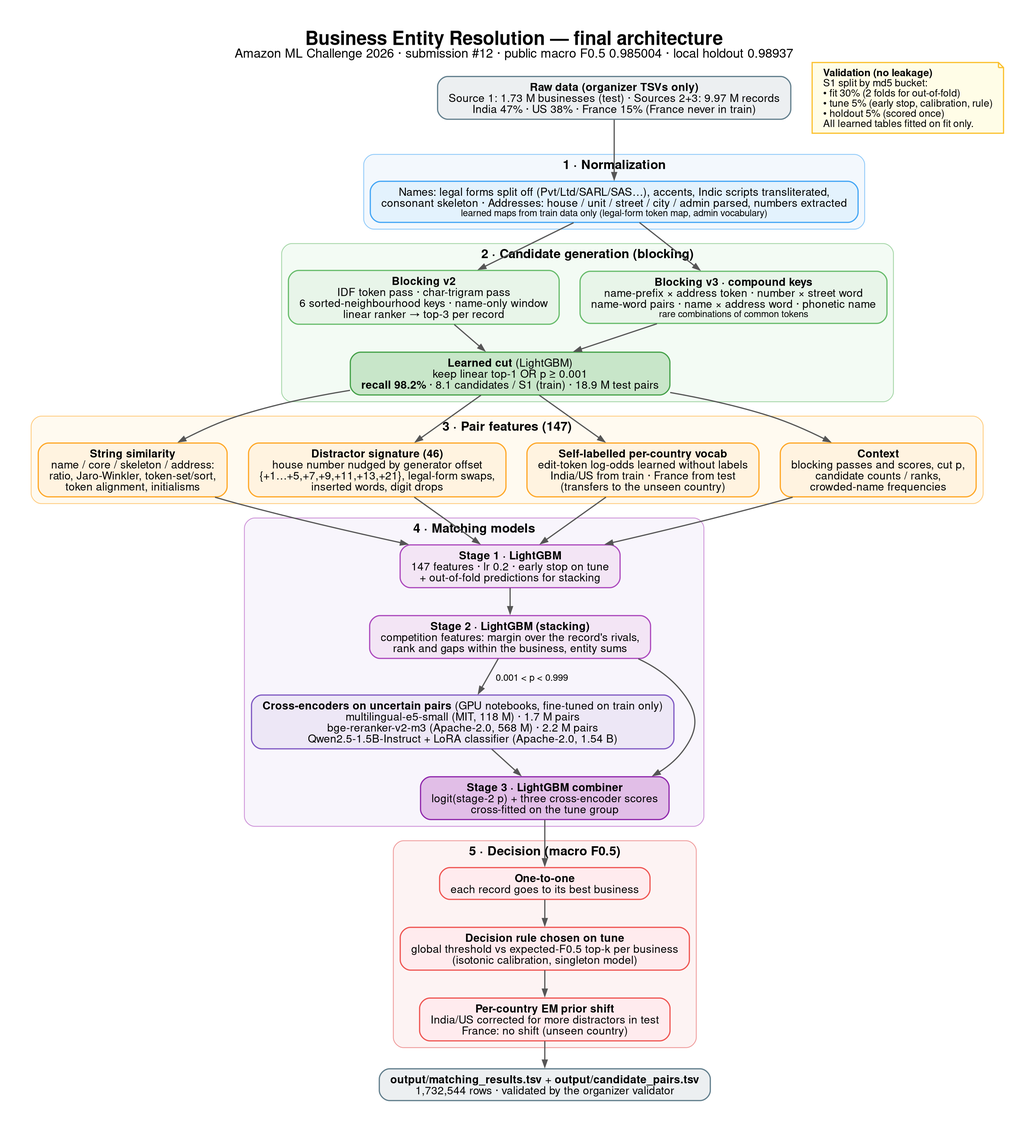
Above: docs/diagrams/final_architecture.png in Dharaneswara-Reddy/amazon-ml-challenge-2026 (Graphviz), before the change. Its source is kept beside it as docs/diagrams/final_architecture.dot.
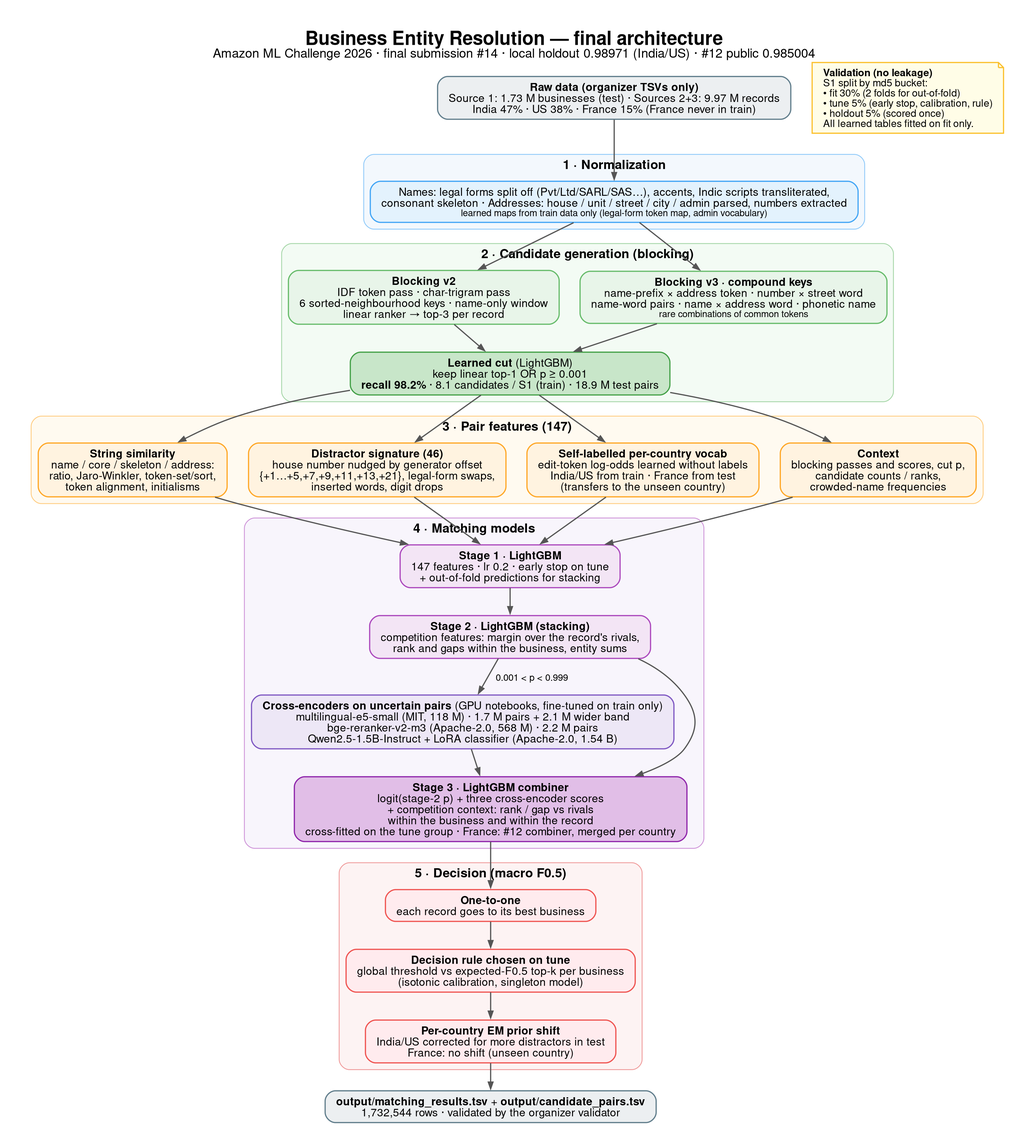
The same file after the commit.

Commit message:
D-029 final: stage-3 competition context + wider e5 band for India/US, #12 stage 3 for France, per-country merge; docs, README reproduce steps, diagram

Diff of the diagram source:
```diff
@@ -1,6 +1,6 @@
 digraph arch {
   graph [rankdir=TB, fontname="Helvetica", fontsize=22, labelloc=t, nodesep=0.35, ranksep=0.45, pad=0.4,
-         label=<<B>Business Entity Resolution — final architecture</B><BR/><FONT POINT-SIZE="15">Amazon ML Challenge 2026 · submission #12 · public macro F0.5 0.985004 · local holdout 0.98937</FONT>>];
+         label=<<B>Business Entity Resolution — final architecture</B><BR/><FONT POINT-SIZE="15">Amazon ML Challenge 2026 · final submission #14 · local holdout 0.98971 (India/US) · #12 public 0.985004</FONT>>];
   node  [shape=box, style="rounded,filled", fontname="Helvetica", fontsize=13, penwidth=1.4, margin="0.18,0.08"];
   edge  [color="#555555", penwidth=1.4, arrowsize=0.8, fontname="Helvetica", fontsize=11];
 
@@ -32,8 +32,8 @@
     label=<<B>4 · Matching models</B>>; style="rounded,filled"; fillcolor="#f8f5fc"; color="#ce93d8"; fontsize=15;
     s1 [label=<<B>Stage 1 · LightGBM</B><BR/>147 features · lr 0.2 · early stop on tune<BR/>+ out-of-fold predictions for stacking>, fillcolor="#f3e5f5", color="#ab47bc"];
     s2 [label=<<B>Stage 2 · LightGBM (stacking)</B><BR/>competition features: margin over the record's rivals,<BR/>rank and gaps within the business, entity sums>, fillcolor="#f3e5f5", color="#ab47bc"];
-    ce [label=<<B>Cross-encoders on uncertain pairs</B> (GPU notebooks, fine-tuned on train only)<BR/>multilingual-e5-small (MIT, 118 M) · 1.7 M pairs<BR/>bge-reranker-v2-m3 (Apache-2.0, 568 M) · 2.2 M pairs<BR/>Qwen2.5-1.5B-Instruct + LoRA classifier (Apache-2.0, 1.54 B)>, fillcolor="#ede7f6", color="#7e57c2"];
-    s3 [label=<<B>Stage 3 · LightGBM combiner</B><BR/>logit(stage-2 p) + three cross-encoder scores<BR/>cross-fitted on the tune group>, fillcolor="#e1bee7", color="#8e24aa"];
+    ce [label=<<B>Cross-encoders on uncertain pairs</B> (GPU notebooks, fine-tuned on train only)<BR/>multilingual-e5-small (MIT, 118 M) · 1.7 M pairs + 2.1 M wider band<BR/>bge-reranker-v2-m3 (Apache-2.0, 568 M) · 2.2 M pairs<BR/>Qwen2.5-1.5B-Instruct + LoRA classifier (Apache-2.0, 1.54 B)>, fillcolor="#ede7f6", color="#7e57c2"];
+    s3 [label=<<B>Stage 3 · LightGBM combiner</B><BR/>logit(stage-2 p) + three cross-encoder scores<BR/>+ competition context: rank / gap vs rivals<BR/>within the business and within the record<BR/>cross-fitted on the tune group · France: #12 combiner, merged per country>, fillcolor="#e1bee7", color="#8e24aa"];
   }
 
   subgraph cluster_dec {
```
